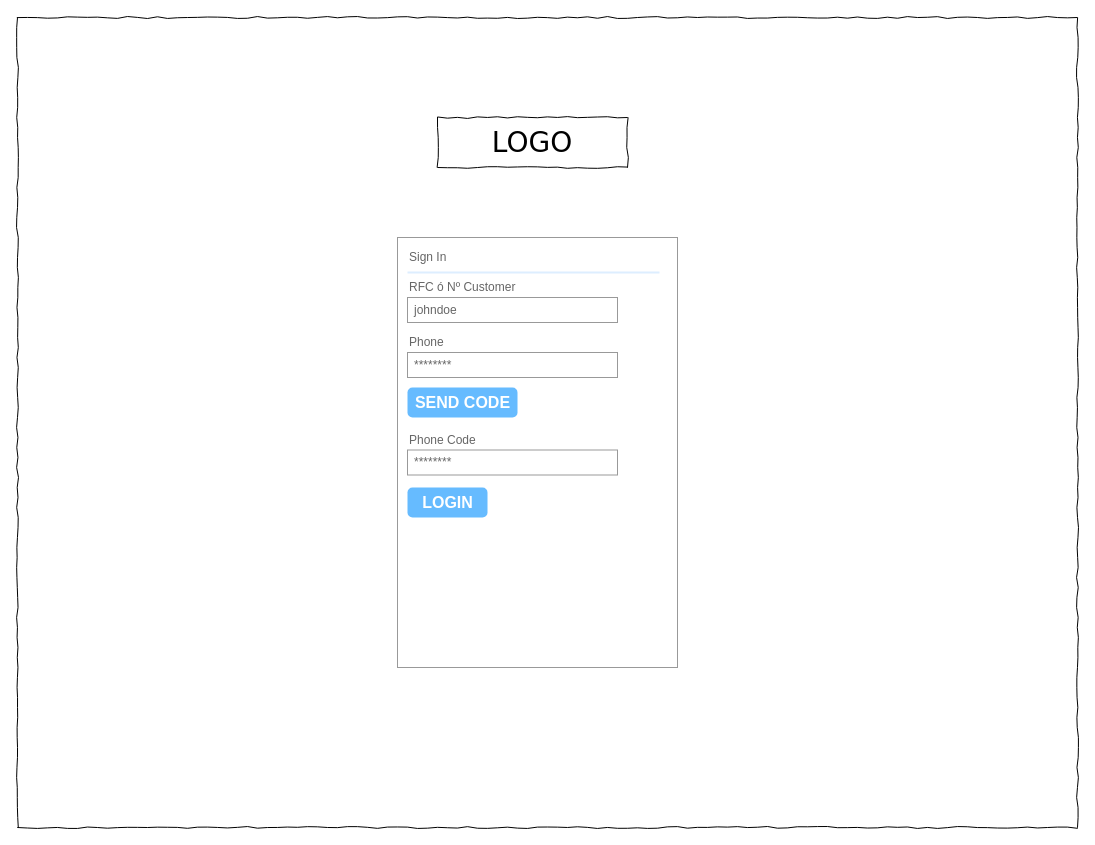
john88kramer/tester keeps this draw.io diagram as Untitled Diagram.drawio. Above is the earlier version. Source tidied: cells renumbered, new cells numbered last; positions are measured from the earlier drawing's top-left corner, leaving out a move shared by most shapes. Both pictures are drawn from the tidied source at 100%, with x=0, y=0 at pixel (17, 17).
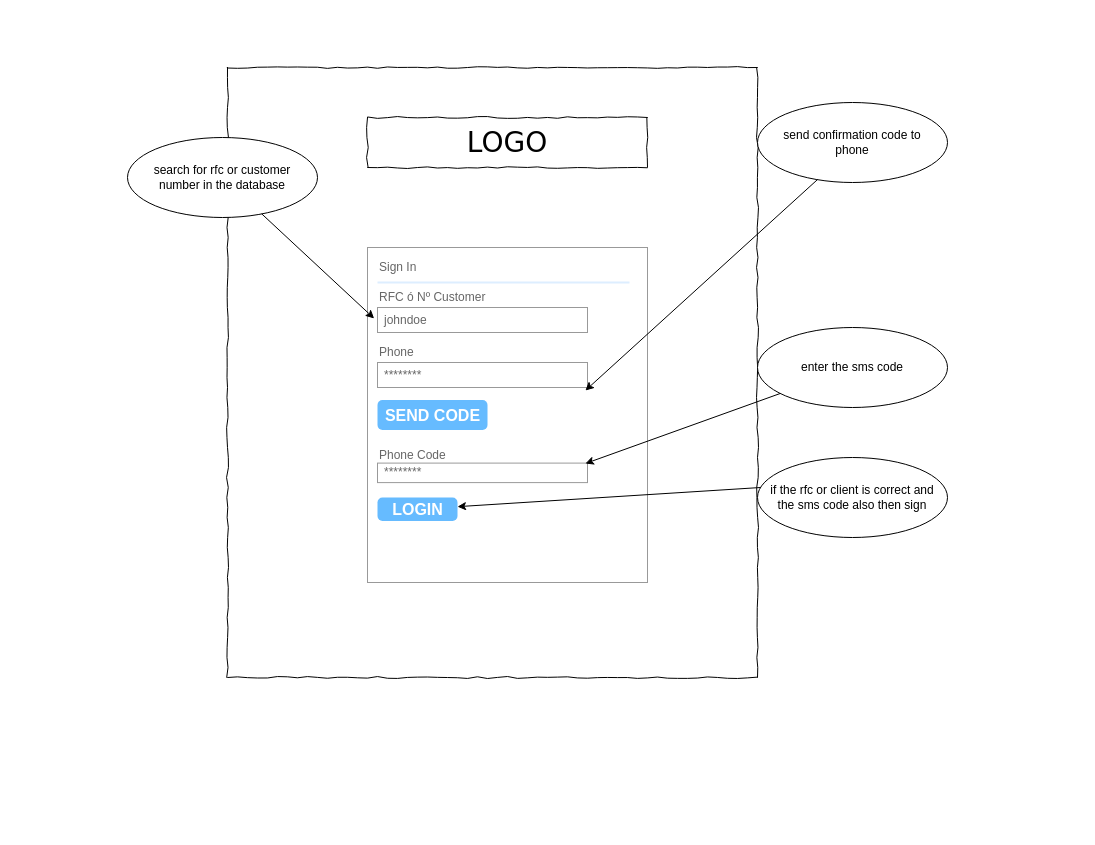
Above is the later version.

Unchanged cells that the change refers to:
```xml
<mxCell id="14" value="johndoe" style="strokeWidth=1;shadow=0;dashed=0;align=center;html=1;shape=mxgraph.mockup.forms.rrect;rSize=0;strokeColor=#999999;fontColor=#666666;align=left;spacingLeft=5;" parent="10" vertex="1">
  <mxGeometry width="210" height="25" relative="1" as="geometry">
    <mxPoint x="10" y="60" as="offset" />
  </mxGeometry>
</mxCell>
<mxCell id="16" value="********" style="strokeWidth=1;shadow=0;dashed=0;align=center;html=1;shape=mxgraph.mockup.forms.rrect;rSize=0;strokeColor=#999999;fontColor=#666666;align=left;spacingLeft=5;" parent="10" vertex="1">
  <mxGeometry width="210" height="25" relative="1" as="geometry">
    <mxPoint x="10" y="115" as="offset" />
  </mxGeometry>
</mxCell>
```

The edit, as a diff of the source:
```diff
@@
     <mxCell id="2" style="whiteSpace=wrap;html=1;rounded=0;shadow=0;labelBackgroundColor=none;strokeColor=#000000;strokeWidth=1;fillColor=none;fontFamily=Verdana;fontSize=12;fontColor=#000000;align=center;comic=1;" parent="1" vertex="1">
-      <mxGeometry width="1060" height="810" as="geometry" />
+      <mxGeometry x="210" y="50" width="530" height="610" as="geometry" />
     </mxCell>
     <mxCell id="3" value="LOGO" style="whiteSpace=wrap;html=1;rounded=0;shadow=0;labelBackgroundColor=none;strokeWidth=1;fontFamily=Verdana;fontSize=28;align=center;comic=1;" parent="1" vertex="1">
-      <mxGeometry x="420" y="100" width="190" height="50" as="geometry" />
+      <mxGeometry x="350" y="100" width="280" height="50" as="geometry" />
     </mxCell>
@@
     <mxCell id="10" style="strokeWidth=1;shadow=0;dashed=0;align=center;html=1;shape=mxgraph.mockup.forms.rrect;rSize=0;strokeColor=#999999;fillColor=#ffffff;" parent="1" vertex="1">
-      <mxGeometry x="380" y="220" width="280" height="430" as="geometry" />
+      <mxGeometry x="350" y="230" width="280" height="335" as="geometry" />
     </mxCell>
@@
     <mxCell id="17" value="SEND CODE" style="strokeWidth=1;shadow=0;dashed=0;align=center;html=1;shape=mxgraph.mockup.forms.rrect;rSize=5;strokeColor=none;fontColor=#ffffff;fillColor=#66bbff;fontSize=16;fontStyle=1;" parent="10" vertex="1">
       <mxGeometry y="1" width="110" height="30" relative="1" as="geometry">
-        <mxPoint x="10" y="-280" as="offset" />
+        <mxPoint x="10" y="-182.5" as="offset" />
       </mxGeometry>
     </mxCell>
     <mxCell id="18" value="Phone Code" style="strokeWidth=1;shadow=0;dashed=0;align=center;html=1;shape=mxgraph.mockup.forms.anchor;fontSize=12;fontColor=#666666;align=left;spacingLeft=0;" parent="10" vertex="1">
-      <mxGeometry x="10" y="192.5" width="140" height="20" as="geometry" />
+      <mxGeometry x="10" y="200" width="140" height="15.6" as="geometry" />
     </mxCell>
     <mxCell id="19" value="********" style="strokeWidth=1;shadow=0;dashed=0;align=center;html=1;shape=mxgraph.mockup.forms.rrect;rSize=0;strokeColor=#999999;fontColor=#666666;align=left;spacingLeft=5;" parent="10" vertex="1">
-      <mxGeometry x="10" y="212.5" width="210" height="25" as="geometry" />
+      <mxGeometry x="10" y="215.6" width="210" height="19.5" as="geometry" />
     </mxCell>
     <mxCell id="20" value="LOGIN" style="strokeWidth=1;shadow=0;dashed=0;align=center;html=1;shape=mxgraph.mockup.forms.rrect;rSize=5;strokeColor=none;fontColor=#ffffff;fillColor=#66bbff;fontSize=16;fontStyle=1;" parent="10" vertex="1">
-      <mxGeometry x="10" y="250" width="80" height="30" as="geometry" />
+      <mxGeometry x="10" y="250" width="80" height="23.4" as="geometry" />
     </mxCell>
+    <mxCell id="21" style="ellipse;whiteSpace=wrap;html=1;" parent="1" vertex="1">
+      <mxGeometry x="110" y="120" width="190" height="80" as="geometry" />
+    </mxCell>
+    <mxCell id="22" value="search for rfc or customer number in the database" style="text;html=1;strokeColor=none;fillColor=none;align=center;verticalAlign=middle;whiteSpace=wrap;rounded=0;" parent="1" vertex="1">
+      <mxGeometry x="120" y="140" width="170" height="40" as="geometry" />
+    </mxCell>
+    <mxCell id="23" style="endArrow=classic;html=1;entryX=-0.016;entryY=0.438;entryDx=0;entryDy=0;entryPerimeter=0;" parent="1" edge="1" source="21" target="14">
+      <mxGeometry relative="1" as="geometry" />
+    </mxCell>
+    <mxCell id="24" style="ellipse;whiteSpace=wrap;html=1;" parent="1" vertex="1">
+      <mxGeometry x="740" y="85" width="190" height="80" as="geometry" />
+    </mxCell>
+    <mxCell id="25" value="send confirmation code to phone" style="text;html=1;strokeColor=none;fillColor=none;align=center;verticalAlign=middle;whiteSpace=wrap;rounded=0;" parent="1" vertex="1">
+      <mxGeometry x="750" y="105" width="170" height="40" as="geometry" />
+    </mxCell>
+    <mxCell id="26" style="endArrow=classic;html=1;entryX=0.99;entryY=1.12;entryDx=0;entryDy=0;entryPerimeter=0;exitX=0.316;exitY=0.963;exitDx=0;exitDy=0;exitPerimeter=0;" parent="1" edge="1" source="24" target="16">
+      <mxGeometry relative="1" as="geometry" />
+    </mxCell>
+    <mxCell id="27" style="ellipse;whiteSpace=wrap;html=1;" parent="1" vertex="1">
+      <mxGeometry x="740" y="310" width="190" height="80" as="geometry" />
+    </mxCell>
+    <mxCell id="28" value="enter the sms code" style="text;html=1;strokeColor=none;fillColor=none;align=center;verticalAlign=middle;whiteSpace=wrap;rounded=0;" parent="1" vertex="1">
+      <mxGeometry x="750" y="330" width="170" height="40" as="geometry" />
+    </mxCell>
+    <mxCell id="29" style="endArrow=classic;html=1;entryX=0.99;entryY=0.021;entryDx=0;entryDy=0;entryPerimeter=0;" parent="1" edge="1" source="27" target="19">
+      <mxGeometry relative="1" as="geometry" />
+    </mxCell>
+    <mxCell id="30" style="ellipse;whiteSpace=wrap;html=1;" parent="1" vertex="1">
+      <mxGeometry x="740" y="440" width="190" height="80" as="geometry" />
+    </mxCell>
+    <mxCell id="31" value="if the rfc or client is correct and the sms code also then sign" style="text;html=1;strokeColor=none;fillColor=none;align=center;verticalAlign=middle;whiteSpace=wrap;rounded=0;" parent="1" vertex="1">
+      <mxGeometry x="750" y="460" width="170" height="40" as="geometry" />
+    </mxCell>
+    <mxCell id="32" style="endArrow=classic;html=1;exitX=0.016;exitY=0.375;exitDx=0;exitDy=0;exitPerimeter=0;" parent="1" edge="1" source="30" target="20">
+      <mxGeometry relative="1" as="geometry" />
+    </mxCell>
```
